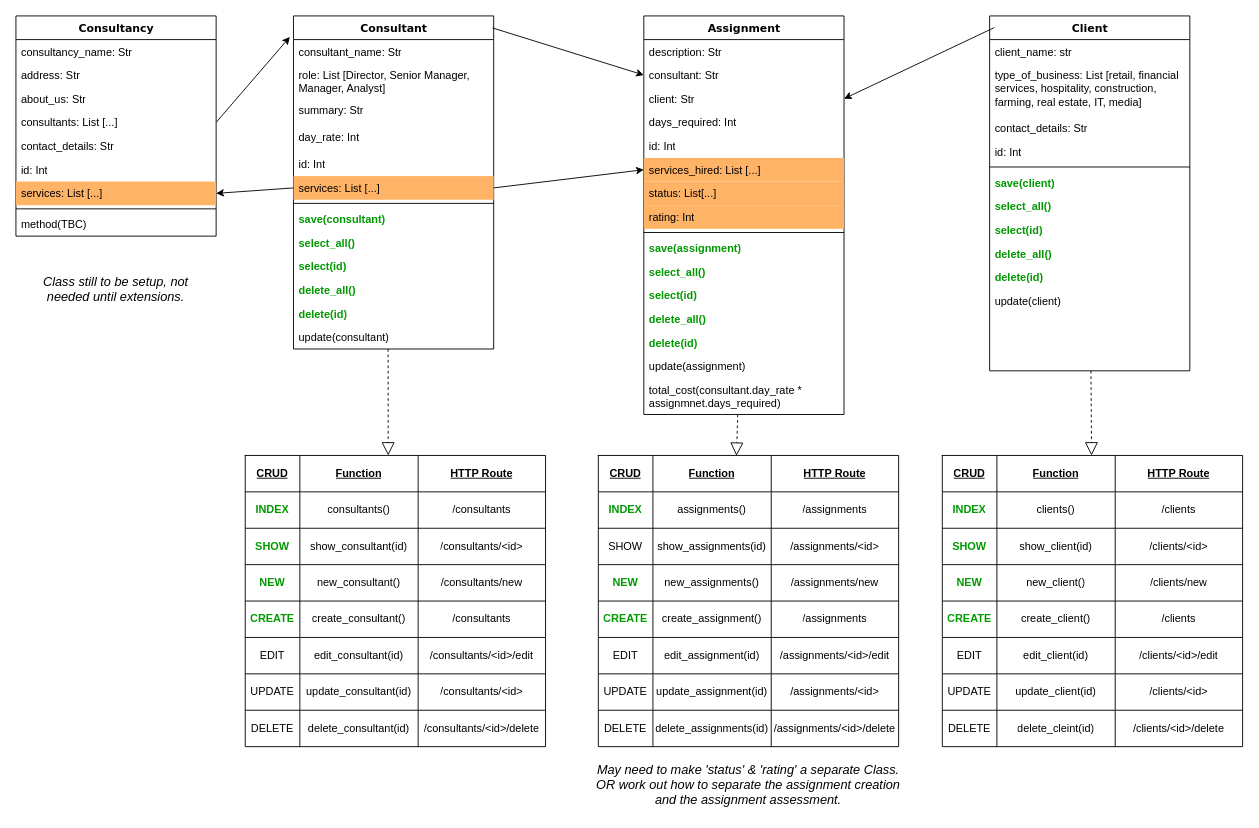
This is planning/Class Diagrams.drawio from michaelmccoll/Project_Secure_Design, a draw.io file, before an edit. Source tidied: cells renumbered, new cells numbered last; positions are measured from the earlier drawing's top-left corner, leaving out a move shared by most shapes. Both pictures are drawn from the tidied source at 91%, with x=0, y=0 at pixel (15, 15).
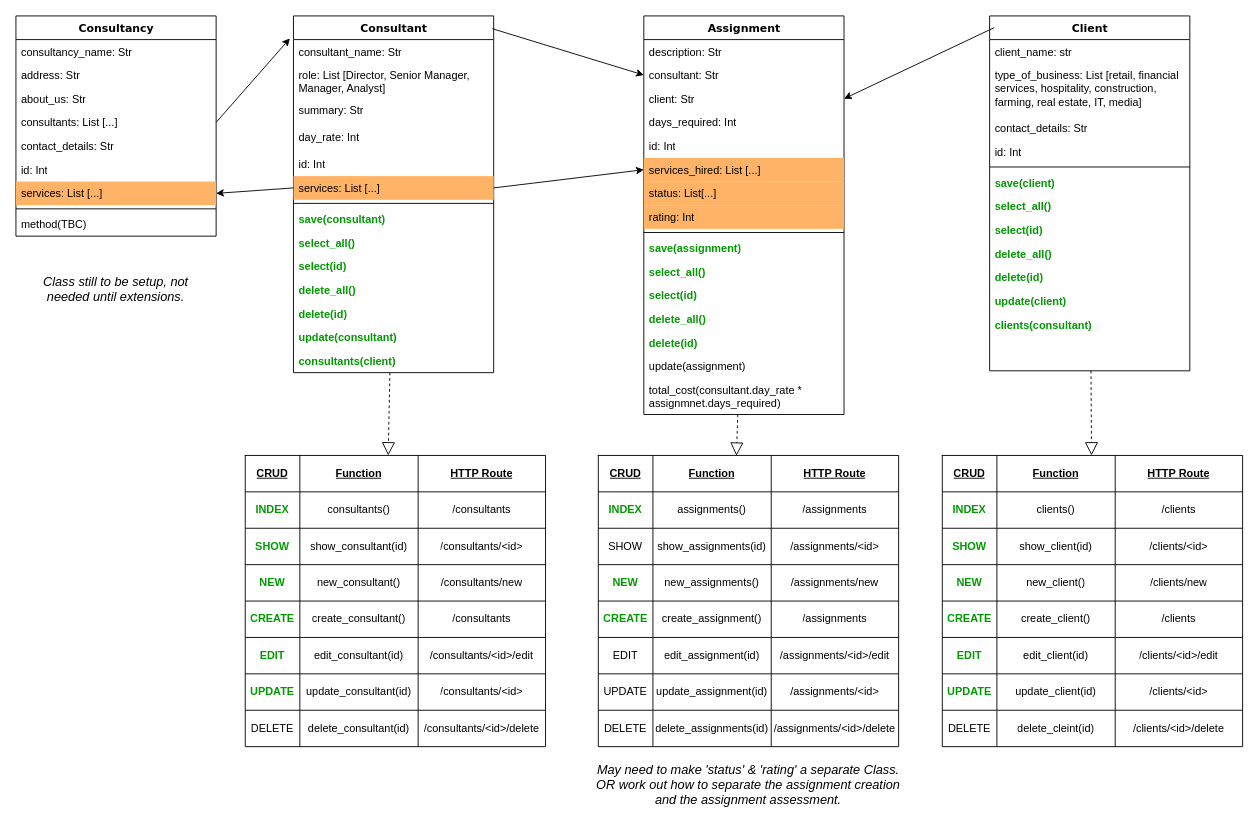
The same diagram, later.

Commit message (it also covers changes not shown here):
Update working for client

Unchanged cells that the change refers to:
```xml
<mxCell id="2" value="Client" style="swimlane;html=1;fontStyle=1;align=center;verticalAlign=top;horizontal=1;startSize=26;swimlaneFillColor=#ffffff;rounded=0;shadow=0;comic=0;labelBackgroundColor=none;strokeWidth=1;fillColor=none;fontFamily=Verdana;fontSize=12;" parent="1" vertex="1">
  <mxGeometry x="1070" width="220" height="390" as="geometry" />
</mxCell>
<mxCell id="42" style="shape=partialRectangle;html=1;whiteSpace=wrap;fillColor=none;top=0;left=0;bottom=0;right=0;points=[[0,0.5],[1,0.5]];portConstraint=eastwest;" parent="41" vertex="1">
  <mxGeometry width="330" height="40" as="geometry" />
</mxCell>
<mxCell id="62" style="shape=partialRectangle;html=1;whiteSpace=wrap;fillColor=none;top=0;left=0;bottom=0;right=0;" parent="41" vertex="1">
  <mxGeometry y="200" width="330" height="40" as="geometry" />
</mxCell>
<mxCell id="66" style="shape=partialRectangle;html=1;whiteSpace=wrap;fillColor=none;top=0;left=0;bottom=0;right=0;" parent="41" vertex="1">
  <mxGeometry y="240" width="330" height="40" as="geometry" />
</mxCell>
<mxCell id="95" style="shape=partialRectangle;html=1;whiteSpace=wrap;fillColor=none;top=0;left=0;bottom=0;right=0;" parent="74" vertex="1">
  <mxGeometry y="200" width="330" height="40" as="geometry" />
</mxCell>
<mxCell id="99" style="shape=partialRectangle;html=1;whiteSpace=wrap;fillColor=none;top=0;left=0;bottom=0;right=0;" parent="74" vertex="1">
  <mxGeometry y="240" width="330" height="40" as="geometry" />
</mxCell>
```

What changed in the source:
```diff
@@
-    <mxCell id="13" value="update(client)" style="text;html=1;strokeColor=none;fillColor=none;align=left;verticalAlign=top;spacingLeft=4;spacingRight=4;whiteSpace=wrap;overflow=hidden;" parent="2" vertex="1">
+    <mxCell id="13" value="update(client)" style="text;html=1;strokeColor=none;fillColor=none;align=left;verticalAlign=top;spacingLeft=4;spacingRight=4;whiteSpace=wrap;overflow=hidden;fontStyle=1;fontColor=#009900;" parent="2" vertex="1">
       <mxGeometry y="300" width="220" height="26" as="geometry" />
     </mxCell>
+    <mxCell id="164" value="clients(consultant)" style="text;html=1;strokeColor=none;fillColor=none;align=left;verticalAlign=top;spacingLeft=4;spacingRight=4;whiteSpace=wrap;overflow=hidden;fontStyle=1;fontColor=#009900;" parent="2" vertex="1">
+      <mxGeometry y="326" width="220" height="26" as="geometry" />
+    </mxCell>
@@
     <mxCell id="24" value="Consultant" style="swimlane;html=1;fontStyle=1;align=center;verticalAlign=top;horizontal=1;startSize=26;swimlaneFillColor=#ffffff;rounded=0;shadow=0;comic=0;labelBackgroundColor=none;strokeWidth=1;fillColor=none;fontFamily=Verdana;fontSize=12;" parent="1" vertex="1">
-      <mxGeometry x="305" width="220" height="366" as="geometry" />
+      <mxGeometry x="305" width="220" height="392" as="geometry" />
     </mxCell>
@@
-    <mxCell id="37" value="update(consultant)" style="text;html=1;strokeColor=none;fillColor=none;align=left;verticalAlign=top;spacingLeft=4;spacingRight=4;whiteSpace=wrap;overflow=hidden;" parent="24" vertex="1">
+    <mxCell id="37" value="update(consultant)" style="text;html=1;strokeColor=none;fillColor=none;align=left;verticalAlign=top;spacingLeft=4;spacingRight=4;whiteSpace=wrap;overflow=hidden;fontStyle=1;fontColor=#009900;" parent="24" vertex="1">
       <mxGeometry y="340" width="220" height="26" as="geometry" />
     </mxCell>
+    <mxCell id="165" value="consultants(client)" style="text;html=1;strokeColor=none;fillColor=none;align=left;verticalAlign=top;spacingLeft=4;spacingRight=4;whiteSpace=wrap;overflow=hidden;fontStyle=1;fontColor=#009900;" parent="24" vertex="1">
+      <mxGeometry y="366" width="220" height="26" as="geometry" />
+    </mxCell>
@@
-    <mxCell id="63" value="EDIT" style="shape=partialRectangle;html=1;whiteSpace=wrap;overflow=hidden;fillColor=none;top=0;left=0;bottom=0;right=0;" parent="62" vertex="1">
+    <mxCell id="63" value="EDIT" style="shape=partialRectangle;html=1;whiteSpace=wrap;overflow=hidden;fillColor=none;top=0;left=0;bottom=0;right=0;fontStyle=1;fontColor=#009900;" parent="62" vertex="1">
       <mxGeometry width="60" height="40" as="geometry" />
     </mxCell>
@@
-    <mxCell id="67" value="UPDATE" style="shape=partialRectangle;html=1;whiteSpace=wrap;overflow=hidden;fillColor=none;top=0;left=0;bottom=0;right=0;" parent="66" vertex="1">
+    <mxCell id="67" value="UPDATE" style="shape=partialRectangle;html=1;whiteSpace=wrap;overflow=hidden;fillColor=none;top=0;left=0;bottom=0;right=0;fontStyle=1;fontColor=#009900;" parent="66" vertex="1">
       <mxGeometry width="60" height="40" as="geometry" />
     </mxCell>
@@
-    <mxCell id="96" value="EDIT" style="shape=partialRectangle;html=1;whiteSpace=wrap;overflow=hidden;fillColor=none;top=0;left=0;bottom=0;right=0;" parent="95" vertex="1">
+    <mxCell id="96" value="EDIT" style="shape=partialRectangle;html=1;whiteSpace=wrap;overflow=hidden;fillColor=none;top=0;left=0;bottom=0;right=0;fontStyle=1;fontColor=#009900;" parent="95" vertex="1">
       <mxGeometry width="60" height="40" as="geometry" />
     </mxCell>
@@
-    <mxCell id="100" value="UPDATE" style="shape=partialRectangle;html=1;whiteSpace=wrap;overflow=hidden;fillColor=none;top=0;left=0;bottom=0;right=0;" parent="99" vertex="1">
+    <mxCell id="100" value="UPDATE" style="shape=partialRectangle;html=1;whiteSpace=wrap;overflow=hidden;fillColor=none;top=0;left=0;bottom=0;right=0;fontStyle=1;fontColor=#009900;" parent="99" vertex="1">
       <mxGeometry width="60" height="40" as="geometry" />
     </mxCell>
@@
-    <mxCell id="107" style="endArrow=block;dashed=1;endFill=0;endSize=12;html=1;entryX=0.476;entryY=0;entryDx=0;entryDy=0;entryPerimeter=0;" parent="1" edge="1" target="42">
-      <mxGeometry relative="1" as="geometry">
-        <mxPoint x="409" y="366" as="sourcePoint" />
-      </mxGeometry>
+    <mxCell id="107" style="endArrow=block;dashed=1;endFill=0;endSize=12;html=1;entryX=0.476;entryY=0;entryDx=0;entryDy=0;entryPerimeter=0;" parent="1" edge="1" source="24" target="42">
+      <mxGeometry relative="1" as="geometry" />
     </mxCell>
```
